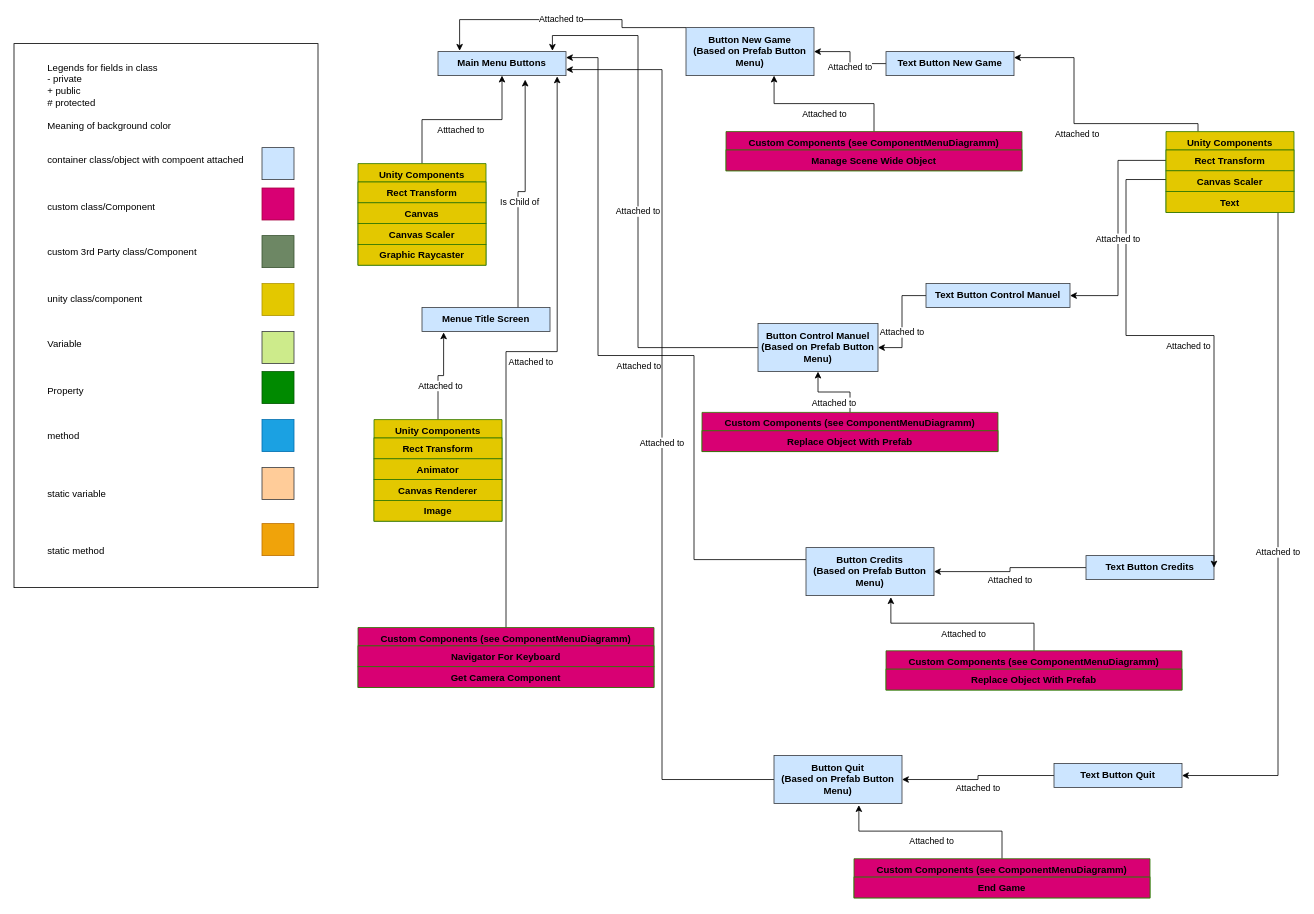
Before: Docs/Diagramms/DiagrammPrefab_MainMenuButtons.drawio in BoolPurist/Sunken-Castle, a draw.io diagram. Source tidied: cells renumbered, new cells numbered last; positions are measured from the earlier drawing's top-left corner, leaving out a move shared by most shapes. Both pictures are drawn from the tidied source at 80%, with x=0, y=0 at pixel (14, 19).
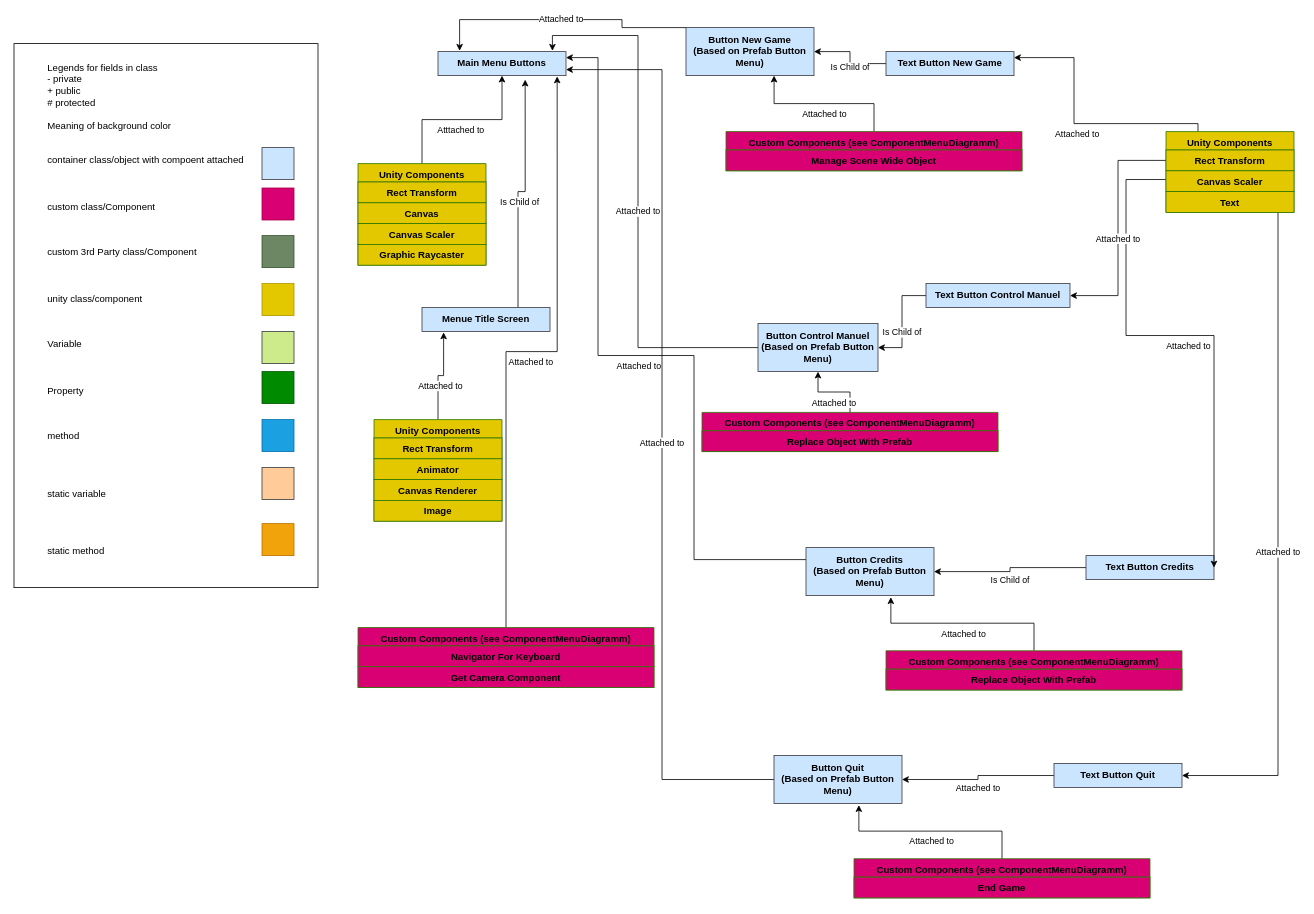
The same diagram, later.

The change refers to these unchanged cells:
```xml
<mxCell id="16" value="Button New Game&lt;br&gt;(Based on Prefab Button Menu)" style="rounded=0;whiteSpace=wrap;html=1;fontColor=#000000;align=center;strokeColor=#36393d;fillColor=#cce5ff;fontStyle=1;" parent="1" vertex="1">
  <mxGeometry x="840" y="10" width="160" height="60" as="geometry" />
</mxCell>
<mxCell id="18" value="Button Control Manuel (Based on Prefab Button Menu)" style="rounded=0;whiteSpace=wrap;html=1;fontColor=#000000;align=center;strokeColor=#36393d;fillColor=#cce5ff;fontStyle=1;" parent="1" vertex="1">
  <mxGeometry x="930" y="380" width="150" height="60" as="geometry" />
</mxCell>
<mxCell id="20" value="Button Credits&lt;br&gt;(Based on Prefab Button Menu)" style="rounded=0;whiteSpace=wrap;html=1;fontColor=#000000;align=center;strokeColor=#36393d;fillColor=#cce5ff;fontStyle=1;" parent="1" vertex="1">
  <mxGeometry x="990" y="660" width="160" height="60" as="geometry" />
</mxCell>
<mxCell id="25" value="Text Button New Game" style="rounded=0;whiteSpace=wrap;html=1;fontColor=#000000;align=center;strokeColor=#36393d;fillColor=#cce5ff;fontStyle=1;" parent="1" vertex="1">
  <mxGeometry x="1090" y="40" width="160" height="30" as="geometry" />
</mxCell>
<mxCell id="27" value="Text Button Control Manuel" style="rounded=0;whiteSpace=wrap;html=1;fontColor=#000000;align=center;strokeColor=#36393d;fillColor=#cce5ff;fontStyle=1;" parent="1" vertex="1">
  <mxGeometry x="1140" y="330" width="180" height="30" as="geometry" />
</mxCell>
<mxCell id="29" value="Text Button Credits" style="rounded=0;whiteSpace=wrap;html=1;fontColor=#000000;align=center;strokeColor=#36393d;fillColor=#cce5ff;fontStyle=1;" parent="1" vertex="1">
  <mxGeometry x="1340" y="670" width="160" height="30" as="geometry" />
</mxCell>
```

Diff of the diagram source:
```diff
@@
-    <mxCell id="24" value="Attached to" style="edgeStyle=orthogonalEdgeStyle;rounded=0;jettySize=auto;html=1;entryX=1;entryY=0.5;entryDx=0;entryDy=0;fontColor=#000000;verticalAlign=top;" parent="1" edge="1" source="25" target="16">
+    <mxCell id="24" value="Is Child of" style="edgeStyle=orthogonalEdgeStyle;rounded=0;jettySize=auto;html=1;entryX=1;entryY=0.5;entryDx=0;entryDy=0;fontColor=#000000;verticalAlign=top;" parent="1" edge="1" source="25" target="16">
       <mxGeometry relative="1" as="geometry" />
     </mxCell>
@@
-    <mxCell id="26" value="Attached to" style="edgeStyle=orthogonalEdgeStyle;rounded=0;jettySize=auto;html=1;entryX=1;entryY=0.5;entryDx=0;entryDy=0;fontColor=#000000;verticalAlign=top;" parent="1" edge="1" source="27" target="18">
+    <mxCell id="26" value="Is Child of" style="edgeStyle=orthogonalEdgeStyle;rounded=0;jettySize=auto;html=1;entryX=1;entryY=0.5;entryDx=0;entryDy=0;fontColor=#000000;verticalAlign=top;" parent="1" edge="1" source="27" target="18">
       <mxGeometry relative="1" as="geometry" />
     </mxCell>
@@
-    <mxCell id="28" value="&lt;div&gt;Attached to&lt;br&gt;&lt;/div&gt;" style="edgeStyle=orthogonalEdgeStyle;rounded=0;jettySize=auto;html=1;entryX=1;entryY=0.5;entryDx=0;entryDy=0;fontColor=#000000;verticalAlign=top;" parent="1" edge="1" source="29" target="20">
+    <mxCell id="28" value="&lt;div&gt;Is Child of&lt;br&gt;&lt;/div&gt;" style="edgeStyle=orthogonalEdgeStyle;rounded=0;jettySize=auto;html=1;entryX=1;entryY=0.5;entryDx=0;entryDy=0;fontColor=#000000;verticalAlign=top;" parent="1" edge="1" source="29" target="20">
       <mxGeometry relative="1" as="geometry" />
     </mxCell>
```
